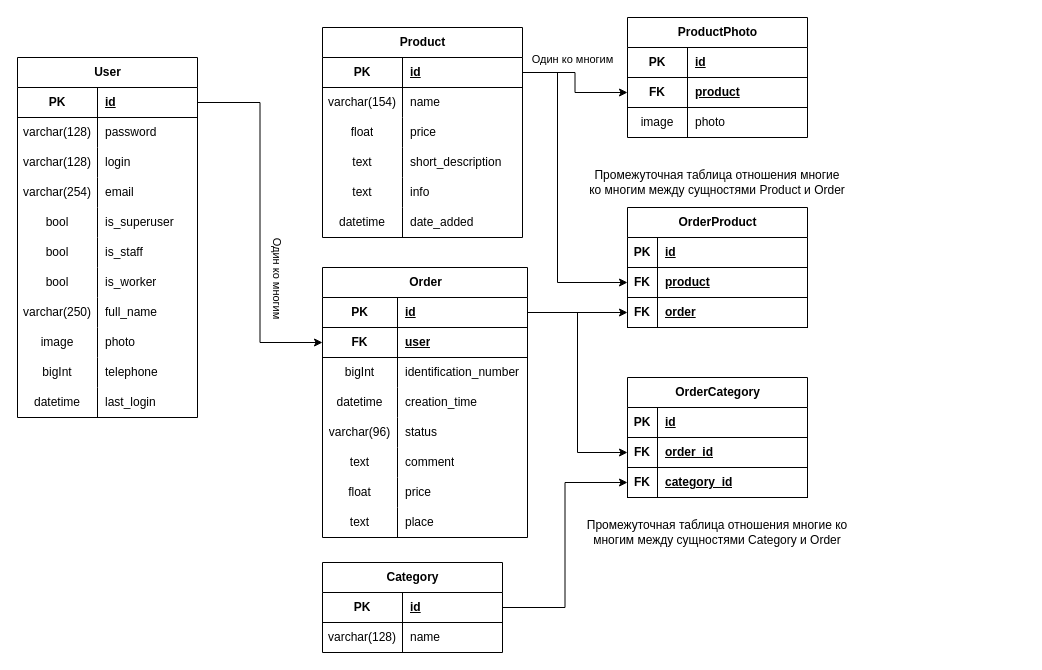
olegmishutin/Nayada keeps this draw.io diagram as server/db_diagram.drawio. Above is the earlier version. Source tidied: cells renumbered, new cells numbered last; positions are measured from the earlier drawing's top-left corner, leaving out a move shared by most shapes. Both pictures are drawn from the tidied source at 100%, with x=0, y=0 at pixel (17, 17).
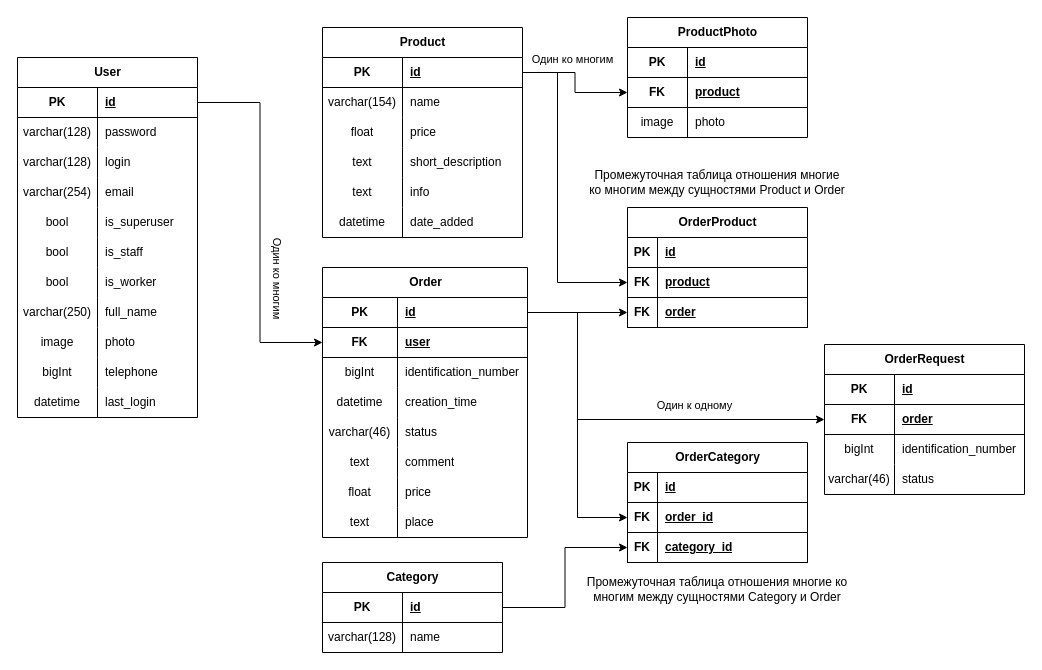
After the change.

The change refers to these unchanged cells:
```xml
<mxCell id="66" style="shape=tableRow;horizontal=0;startSize=0;swimlaneHead=0;swimlaneBody=0;fillColor=none;points=[[0,0.5],[1,0.5]];portConstraint=eastwest;top=0;left=0;right=0;bottom=1;" parent="65" vertex="1">
  <mxGeometry y="30" width="205" height="30" as="geometry" />
</mxCell>
<mxCell id="78" style="shape=tableRow;horizontal=0;startSize=0;swimlaneHead=0;swimlaneBody=0;fillColor=none;top=0;left=0;right=0;bottom=0;" parent="65" vertex="1">
  <mxGeometry y="150" width="205" height="30" as="geometry" />
</mxCell>
```

Change to the diagram source:
```diff
@@
-    <mxCell id="79" value="varchar(96)" style="shape=partialRectangle;fillColor=none;top=0;left=0;bottom=0;right=0;overflow=hidden;whiteSpace=wrap;html=1;" parent="78" vertex="1">
+    <mxCell id="79" value="varchar(46)" style="shape=partialRectangle;fillColor=none;top=0;left=0;bottom=0;right=0;overflow=hidden;whiteSpace=wrap;html=1;" parent="78" vertex="1">
       <mxGeometry width="75" height="30" as="geometry" />
     </mxCell>
@@
     <mxCell id="97" value="OrderCategory" style="shape=table;startSize=30;childLayout=tableLayout;rowLines=0;fontStyle=1;align=center;html=1;" parent="1" vertex="1">
-      <mxGeometry x="610" y="360" width="180" height="120" as="geometry" />
+      <mxGeometry x="610" y="425" width="180" height="120" as="geometry" />
     </mxCell>
@@
     <mxCell id="126" value="Промежуточная таблица отношения многие ко многим между сущностями Category и Order" style="text;html=1;align=center;verticalAlign=middle;whiteSpace=wrap;rounded=0;" parent="1" vertex="1">
-      <mxGeometry x="565" y="500" width="270" height="30" as="geometry" />
+      <mxGeometry x="565" y="557" width="270" height="30" as="geometry" />
     </mxCell>
+    <mxCell id="127" value="OrderRequest" style="shape=table;startSize=30;childLayout=tableLayout;rowLines=0;fontStyle=1;align=center;html=1;" parent="1" vertex="1">
+      <mxGeometry x="807" y="327" width="200" height="150" as="geometry" />
+    </mxCell>
+    <mxCell id="128" style="shape=tableRow;horizontal=0;startSize=0;swimlaneHead=0;swimlaneBody=0;fillColor=none;top=0;left=0;right=0;bottom=1;" parent="127" vertex="1">
+      <mxGeometry y="30" width="200" height="30" as="geometry" />
+    </mxCell>
+    <mxCell id="129" value="PK" style="shape=partialRectangle;fillColor=none;top=0;left=0;bottom=0;right=0;fontStyle=1;overflow=hidden;whiteSpace=wrap;html=1;" parent="128" vertex="1">
+      <mxGeometry width="70" height="30" as="geometry" />
+    </mxCell>
+    <mxCell id="130" value="id" style="shape=partialRectangle;fillColor=none;top=0;left=0;bottom=0;right=0;align=left;spacingLeft=6;fontStyle=5;overflow=hidden;whiteSpace=wrap;html=1;" parent="128" vertex="1">
+      <mxGeometry x="70" width="130" height="30" as="geometry" />
+    </mxCell>
+    <mxCell id="131" style="shape=tableRow;horizontal=0;startSize=0;swimlaneHead=0;swimlaneBody=0;fillColor=none;points=[[0,0.5],[1,0.5]];portConstraint=eastwest;top=0;left=0;right=0;bottom=1;" parent="127" vertex="1">
+      <mxGeometry y="60" width="200" height="30" as="geometry" />
+    </mxCell>
+    <mxCell id="132" value="FK" style="shape=partialRectangle;fillColor=none;top=0;left=0;bottom=0;right=0;fontStyle=1;overflow=hidden;whiteSpace=wrap;html=1;" parent="131" vertex="1">
+      <mxGeometry width="70" height="30" as="geometry" />
+    </mxCell>
+    <mxCell id="133" value="order" style="shape=partialRectangle;fillColor=none;top=0;left=0;bottom=0;right=0;align=left;spacingLeft=6;fontStyle=5;overflow=hidden;whiteSpace=wrap;html=1;" parent="131" vertex="1">
+      <mxGeometry x="70" width="130" height="30" as="geometry" />
+    </mxCell>
+    <mxCell id="134" style="shape=tableRow;horizontal=0;startSize=0;swimlaneHead=0;swimlaneBody=0;fillColor=none;top=0;left=0;right=0;bottom=0;" parent="127" vertex="1">
+      <mxGeometry y="90" width="200" height="30" as="geometry" />
+    </mxCell>
+    <mxCell id="135" value="bigInt" style="shape=partialRectangle;fillColor=none;top=0;left=0;bottom=0;right=0;overflow=hidden;whiteSpace=wrap;html=1;" parent="134" vertex="1">
+      <mxGeometry width="70" height="30" as="geometry" />
+    </mxCell>
+    <mxCell id="136" value="identification_number" style="shape=partialRectangle;fillColor=none;top=0;left=0;bottom=0;right=0;align=left;spacingLeft=6;overflow=hidden;whiteSpace=wrap;html=1;" parent="134" vertex="1">
+      <mxGeometry x="70" width="130" height="30" as="geometry" />
+    </mxCell>
+    <mxCell id="137" style="shape=tableRow;horizontal=0;startSize=0;swimlaneHead=0;swimlaneBody=0;fillColor=none;top=0;left=0;right=0;bottom=0;" parent="127" vertex="1">
+      <mxGeometry y="120" width="200" height="30" as="geometry" />
+    </mxCell>
+    <mxCell id="138" value="varchar(46)" style="shape=partialRectangle;fillColor=none;top=0;left=0;bottom=0;right=0;overflow=hidden;whiteSpace=wrap;html=1;" parent="137" vertex="1">
+      <mxGeometry width="70" height="30" as="geometry" />
+    </mxCell>
+    <mxCell id="139" value="status" style="shape=partialRectangle;fillColor=none;top=0;left=0;bottom=0;right=0;align=left;spacingLeft=6;overflow=hidden;whiteSpace=wrap;html=1;" parent="137" vertex="1">
+      <mxGeometry x="70" width="130" height="30" as="geometry" />
+    </mxCell>
+    <mxCell id="140" style="edgeStyle=orthogonalEdgeStyle;rounded=0;jettySize=auto;html=1;exitX=1;exitY=0.5;exitDx=0;exitDy=0;entryX=0;entryY=0.5;entryDx=0;entryDy=0;" parent="1" edge="1" source="66" target="131">
+      <mxGeometry relative="1" as="geometry">
+        <Array as="points">
+          <mxPoint x="560" y="295" />
+          <mxPoint x="560" y="402" />
+        </Array>
+      </mxGeometry>
+    </mxCell>
+    <mxCell id="141" value="Один к одному" style="edgeLabel;html=1;align=center;verticalAlign=middle;" parent="140" vertex="1">
+      <mxGeometry x="0.35" relative="1" as="geometry">
+        <mxPoint y="-15" as="offset" />
+      </mxGeometry>
+    </mxCell>
```
